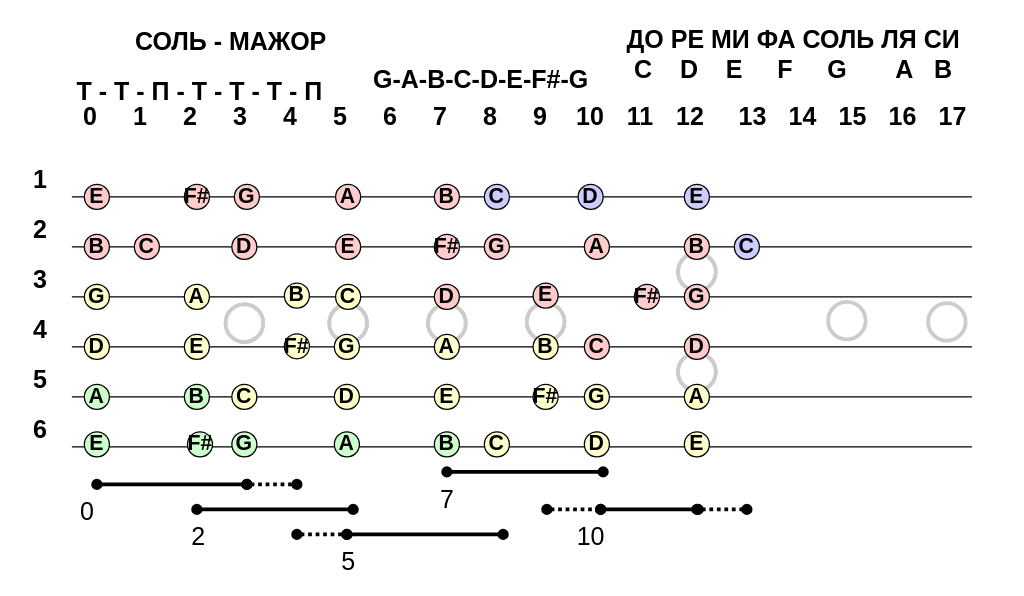
The draw.io diagram page "Сводная" (2 of 2) of Гаммы/СОЛЬ мажор.drawio in karelinov/guitar, before the edit. Source tidied: cells renumbered, new cells numbered last; positions are measured from the earlier drawing's top-left corner, leaving out a move shared by most shapes. Both pictures are drawn from the tidied source at 125%, with x=0, y=0 at pixel (21, 21).
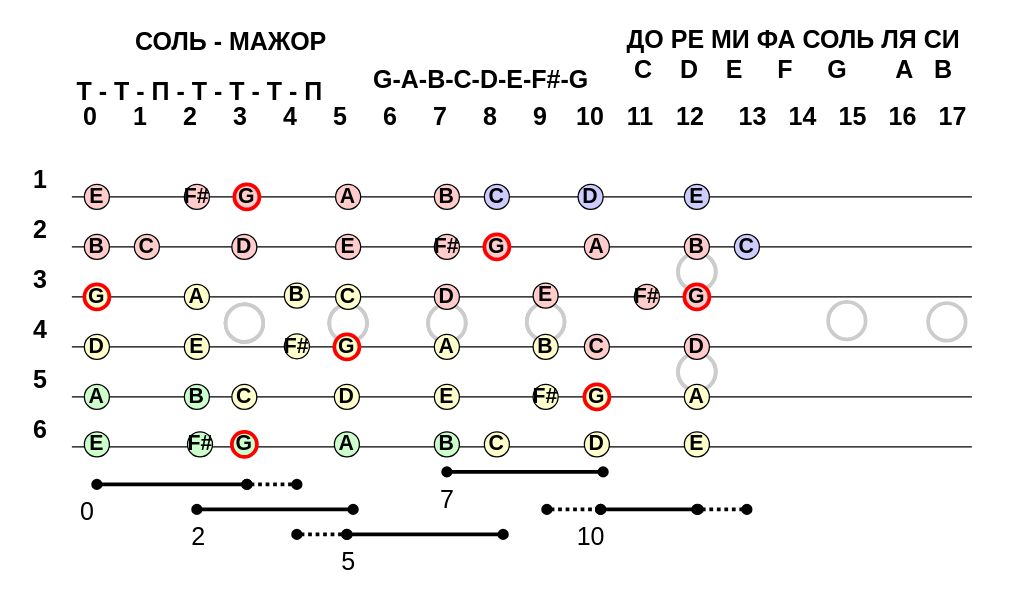
Above is the later version.

The edit, as a diff of the source:
```diff
@@
-    <mxCell id="59" value="&lt;font size=&quot;1&quot; style=&quot;&quot;&gt;&lt;b style=&quot;font-size: 17px;&quot;&gt;G&lt;/b&gt;&lt;/font&gt;" style="ellipse;whiteSpace=wrap;html=1;strokeColor=default;strokeWidth=1;fillColor=#FFCCCC;" parent="1" vertex="1">
+    <mxCell id="59" value="&lt;font size=&quot;1&quot; style=&quot;&quot;&gt;&lt;b style=&quot;font-size: 17px;&quot;&gt;G&lt;/b&gt;&lt;/font&gt;" style="ellipse;whiteSpace=wrap;html=1;strokeColor=#FF0000;strokeWidth=3;fillColor=#FFCCCC;" parent="1" vertex="1">
       <mxGeometry x="370" y="170" width="20" height="20" as="geometry" />
     </mxCell>
@@
-    <mxCell id="64" value="&lt;font style=&quot;font-size: 17px;&quot;&gt;&lt;b&gt;G&lt;/b&gt;&lt;/font&gt;" style="ellipse;whiteSpace=wrap;html=1;strokeColor=default;strokeWidth=1;fillColor=#FFFFCC;" parent="1" vertex="1">
+    <mxCell id="64" value="&lt;font style=&quot;font-size: 17px;&quot;&gt;&lt;b&gt;G&lt;/b&gt;&lt;/font&gt;" style="ellipse;whiteSpace=wrap;html=1;strokeColor=#FF0000;strokeWidth=3;fillColor=#FFFFCC;" parent="1" vertex="1">
       <mxGeometry x="450" y="290" width="20" height="20" as="geometry" />
     </mxCell>
@@
-    <mxCell id="73" value="&lt;font size=&quot;1&quot; style=&quot;&quot;&gt;&lt;b style=&quot;font-size: 17px;&quot;&gt;G&lt;/b&gt;&lt;/font&gt;" style="ellipse;whiteSpace=wrap;html=1;strokeColor=default;strokeWidth=1;fillColor=#FFCCCC;" parent="1" vertex="1">
+    <mxCell id="73" value="&lt;font size=&quot;1&quot; style=&quot;&quot;&gt;&lt;b style=&quot;font-size: 17px;&quot;&gt;G&lt;/b&gt;&lt;/font&gt;" style="ellipse;whiteSpace=wrap;html=1;strokeColor=#FF0000;strokeWidth=3;fillColor=#FFCCCC;" parent="1" vertex="1">
       <mxGeometry x="170" y="130" width="20" height="20" as="geometry" />
     </mxCell>
@@
-    <mxCell id="85" value="&lt;font style=&quot;font-size: 17px;&quot;&gt;&lt;b&gt;G&lt;/b&gt;&lt;/font&gt;" style="ellipse;whiteSpace=wrap;html=1;strokeColor=default;strokeWidth=1;fillColor=#FFFFCC;" parent="1" vertex="1">
+    <mxCell id="85" value="&lt;font style=&quot;font-size: 17px;&quot;&gt;&lt;b&gt;G&lt;/b&gt;&lt;/font&gt;" style="ellipse;whiteSpace=wrap;html=1;strokeColor=#FF0000;strokeWidth=3;fillColor=#FFFFCC;" parent="1" vertex="1">
       <mxGeometry x="250" y="250" width="20" height="20" as="geometry" />
     </mxCell>
-    <mxCell id="86" value="&lt;font style=&quot;font-size: 17px;&quot;&gt;&lt;b&gt;G&lt;/b&gt;&lt;/font&gt;" style="ellipse;whiteSpace=wrap;html=1;strokeColor=default;strokeWidth=1;fillColor=#FFFFCC;" parent="1" vertex="1">
+    <mxCell id="86" value="&lt;font style=&quot;font-size: 17px;&quot;&gt;&lt;b&gt;G&lt;/b&gt;&lt;/font&gt;" style="ellipse;whiteSpace=wrap;html=1;strokeColor=#FF0000;strokeWidth=3;fillColor=#FFFFCC;" parent="1" vertex="1">
       <mxGeometry x="50" y="210" width="20" height="20" as="geometry" />
     </mxCell>
@@
-    <mxCell id="94" value="&lt;font style=&quot;font-size: 17px;&quot;&gt;&lt;b&gt;G&lt;/b&gt;&lt;/font&gt;" style="ellipse;whiteSpace=wrap;html=1;strokeColor=default;strokeWidth=1;fillColor=#CCFFCC;" parent="1" vertex="1">
+    <mxCell id="94" value="&lt;font style=&quot;font-size: 17px;&quot;&gt;&lt;b&gt;G&lt;/b&gt;&lt;/font&gt;" style="ellipse;whiteSpace=wrap;html=1;strokeColor=#FF0000;strokeWidth=3;fillColor=#CCFFCC;" parent="1" vertex="1">
       <mxGeometry x="168" y="328" width="20" height="20" as="geometry" />
     </mxCell>
@@
-    <mxCell id="109" value="&lt;font size=&quot;1&quot; style=&quot;&quot;&gt;&lt;b style=&quot;font-size: 17px;&quot;&gt;G&lt;/b&gt;&lt;/font&gt;" style="ellipse;whiteSpace=wrap;html=1;strokeColor=default;strokeWidth=1;fillColor=#FFCCCC;" parent="1" vertex="1">
+    <mxCell id="109" value="&lt;font size=&quot;1&quot; style=&quot;&quot;&gt;&lt;b style=&quot;font-size: 17px;&quot;&gt;G&lt;/b&gt;&lt;/font&gt;" style="ellipse;whiteSpace=wrap;html=1;strokeColor=#FF0000;strokeWidth=3;fillColor=#FFCCCC;" parent="1" vertex="1">
       <mxGeometry x="530" y="210" width="20" height="20" as="geometry" />
     </mxCell>
```
